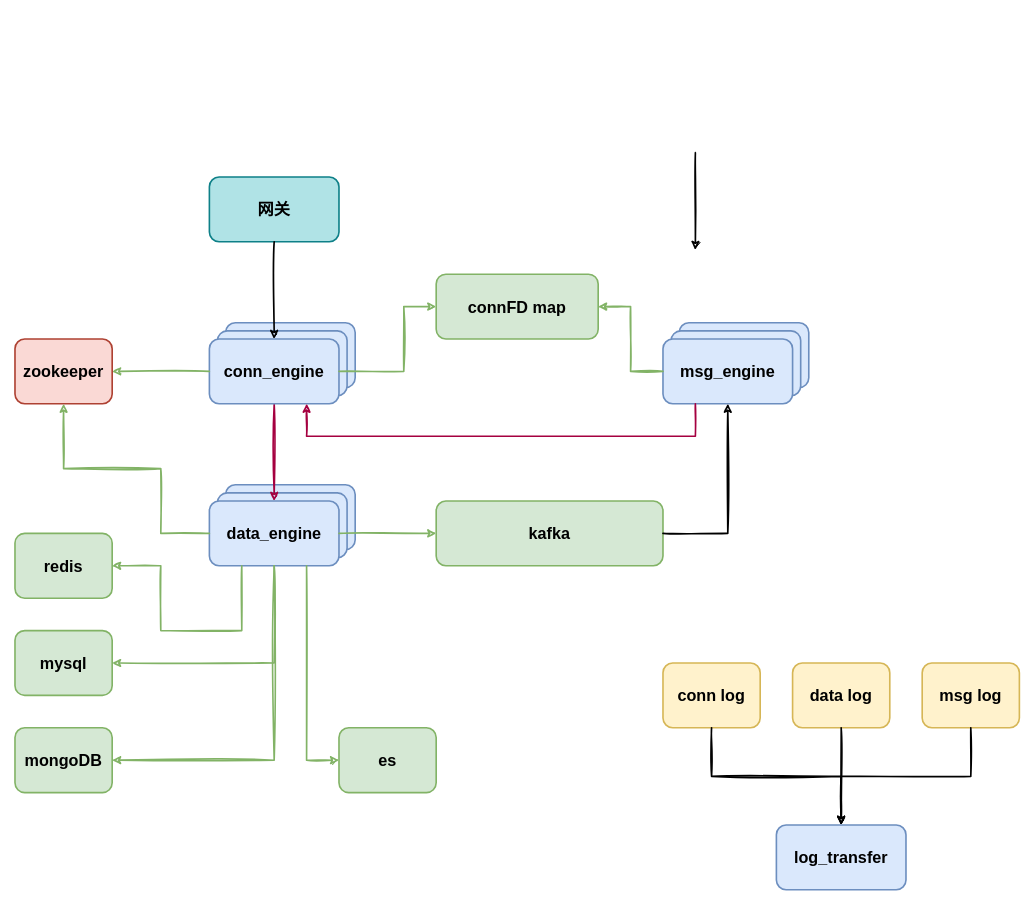
The draw.io diagram project/gochat.drawio in donscoco/diagrams, before the edit. Source tidied: cells renumbered, new cells numbered last; positions are measured from the earlier drawing's top-left corner, leaving out a move shared by most shapes. Both pictures are drawn from the tidied source at 81%, with x=0, y=0 at pixel (15, 152).
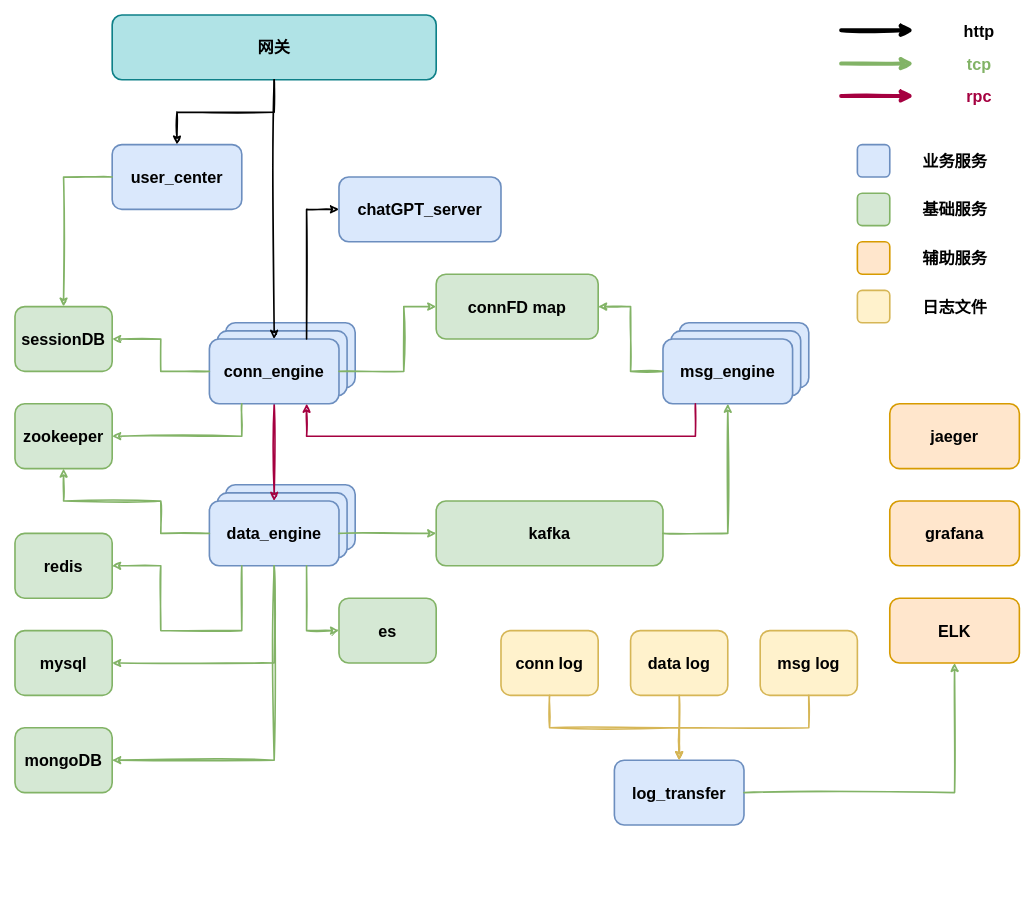
The same page after the edit.

Unchanged cells that the change refers to:
```xml
<mxCell id="4" value="data_engine" style="rounded=1;whiteSpace=wrap;html=1;strokeWidth=2;fillWeight=4;hachureGap=8;hachureAngle=45;fillColor=#dae8fc;strokeColor=#6c8ebf;fontStyle=1;fontSize=20;" parent="1" vertex="1">
  <mxGeometry x="240" y="430" width="160" height="80" as="geometry" />
</mxCell>
<mxCell id="7" value="msg_engine" style="rounded=1;whiteSpace=wrap;html=1;strokeWidth=2;fillWeight=4;hachureGap=8;hachureAngle=45;fillColor=#dae8fc;strokeColor=#6c8ebf;fontStyle=1;fontSize=20;" parent="1" vertex="1">
  <mxGeometry x="800" y="230" width="160" height="80" as="geometry" />
</mxCell>
<mxCell id="11" value="kafka" style="rounded=1;whiteSpace=wrap;html=1;strokeWidth=2;fillWeight=4;hachureGap=8;hachureAngle=45;fillColor=#d5e8d4;strokeColor=#82b366;fontStyle=1;fontSize=20;" parent="1" vertex="1">
  <mxGeometry x="520" y="430" width="280" height="80" as="geometry" />
</mxCell>
<mxCell id="18" value="conn_engine" style="rounded=1;whiteSpace=wrap;html=1;strokeWidth=2;fillWeight=4;hachureGap=8;hachureAngle=45;fillColor=#dae8fc;strokeColor=#6c8ebf;fontStyle=1;fontSize=20;" parent="1" vertex="1">
  <mxGeometry x="240" y="230" width="160" height="80" as="geometry" />
</mxCell>
```

The edit, as a diff of the source:
```diff
@@
-    <mxCell id="12" value="zookeeper" style="rounded=1;whiteSpace=wrap;html=1;strokeWidth=2;fillWeight=4;hachureGap=8;hachureAngle=45;fillColor=#fad9d5;strokeColor=#ae4132;fontStyle=1;fontSize=20;" parent="1" vertex="1">
-      <mxGeometry y="230" width="120" height="80" as="geometry" />
+    <mxCell id="12" value="zookeeper" style="rounded=1;whiteSpace=wrap;html=1;strokeWidth=2;fillWeight=4;hachureGap=8;hachureAngle=45;fillColor=#d5e8d4;strokeColor=#82b366;fontStyle=1;fontSize=20;" parent="1" vertex="1">
+      <mxGeometry y="310" width="120" height="80" as="geometry" />
     </mxCell>
@@
     <mxCell id="14" value="网关" style="rounded=1;whiteSpace=wrap;html=1;strokeWidth=2;fillWeight=4;hachureGap=8;hachureAngle=45;fillColor=#b0e3e6;strokeColor=#0e8088;fontStyle=1;fontSize=20;" parent="1" vertex="1">
-      <mxGeometry x="240" y="30" width="160" height="80" as="geometry" />
+      <mxGeometry x="120" y="-170" width="400" height="80" as="geometry" />
     </mxCell>
@@
-    <mxCell id="19" style="edgeStyle=orthogonalEdgeStyle;rounded=0;sketch=1;orthogonalLoop=1;jettySize=auto;html=1;exitX=0.5;exitY=1;exitDx=0;exitDy=0;entryX=0.5;entryY=0;entryDx=0;entryDy=0;strokeWidth=2;fontSize=20;" parent="1" edge="1">
-      <mxGeometry relative="1" as="geometry">
-        <mxPoint x="840" as="sourcePoint" />
-        <mxPoint x="840" y="120" as="targetPoint" />
-      </mxGeometry>
-    </mxCell>
@@
-    <mxCell id="21" style="edgeStyle=orthogonalEdgeStyle;rounded=0;sketch=1;jettySize=auto;html=1;exitX=1;exitY=0.5;exitDx=0;exitDy=0;entryX=0.5;entryY=1;entryDx=0;entryDy=0;strokeWidth=2;fontSize=20;" parent="1" edge="1" source="11" target="7">
+    <mxCell id="21" style="edgeStyle=orthogonalEdgeStyle;rounded=0;sketch=1;jettySize=auto;html=1;exitX=1;exitY=0.5;exitDx=0;exitDy=0;entryX=0.5;entryY=1;entryDx=0;entryDy=0;strokeWidth=2;fontSize=20;fillColor=#d5e8d4;strokeColor=#82b366;" parent="1" edge="1" source="11" target="7">
       <mxGeometry relative="1" as="geometry" />
     </mxCell>
     <mxCell id="22" style="edgeStyle=orthogonalEdgeStyle;rounded=0;sketch=1;jettySize=auto;html=1;exitX=0;exitY=0.5;exitDx=0;exitDy=0;entryX=0.5;entryY=1;entryDx=0;entryDy=0;strokeWidth=2;fontSize=20;fillColor=#d5e8d4;strokeColor=#82b366;" parent="1" edge="1" source="4" target="12">
       <mxGeometry relative="1" as="geometry">
         <Array as="points">
           <mxPoint x="180" y="470" />
-          <mxPoint x="180" y="390" />
-          <mxPoint x="60" y="390" />
+          <mxPoint x="180" y="430" />
+          <mxPoint x="60" y="430" />
         </Array>
       </mxGeometry>
     </mxCell>
@@
-    <mxCell id="30" style="edgeStyle=orthogonalEdgeStyle;rounded=0;sketch=1;jettySize=auto;html=1;exitX=0;exitY=0.5;exitDx=0;exitDy=0;entryX=1;entryY=0.5;entryDx=0;entryDy=0;strokeWidth=2;fontSize=20;fillColor=#d5e8d4;strokeColor=#82b366;" parent="1" edge="1" source="18" target="12">
-      <mxGeometry relative="1" as="geometry" />
+    <mxCell id="30" style="edgeStyle=orthogonalEdgeStyle;rounded=0;sketch=1;jettySize=auto;html=1;exitX=0.25;exitY=1;exitDx=0;exitDy=0;entryX=1;entryY=0.5;entryDx=0;entryDy=0;strokeWidth=2;fontSize=20;fillColor=#d5e8d4;strokeColor=#82b366;" parent="1" edge="1" source="18" target="12">
+      <mxGeometry relative="1" as="geometry">
+        <Array as="points">
+          <mxPoint x="280" y="350" />
+        </Array>
+      </mxGeometry>
     </mxCell>
     <mxCell id="31" value="es" style="rounded=1;whiteSpace=wrap;html=1;strokeWidth=2;fillWeight=4;hachureGap=8;hachureAngle=45;fillColor=#d5e8d4;strokeColor=#82b366;fontStyle=1;fontSize=20;" parent="1" vertex="1">
-      <mxGeometry x="400" y="710" width="120" height="80" as="geometry" />
+      <mxGeometry x="400" y="550" width="120" height="80" as="geometry" />
     </mxCell>
@@
     <mxCell id="33" value="conn log" style="rounded=1;whiteSpace=wrap;html=1;strokeWidth=2;fillWeight=4;hachureGap=8;hachureAngle=45;fillColor=#fff2cc;strokeColor=#d6b656;fontStyle=1;fontSize=20;" parent="1" vertex="1">
-      <mxGeometry x="800" y="630" width="120" height="80" as="geometry" />
+      <mxGeometry x="600" y="590" width="120" height="80" as="geometry" />
     </mxCell>
     <mxCell id="34" value="data log" style="rounded=1;whiteSpace=wrap;html=1;strokeWidth=2;fillWeight=4;hachureGap=8;hachureAngle=45;fillColor=#fff2cc;strokeColor=#d6b656;fontStyle=1;fontSize=20;" parent="1" vertex="1">
-      <mxGeometry x="960" y="630" width="120" height="80" as="geometry" />
+      <mxGeometry x="760" y="590" width="120" height="80" as="geometry" />
     </mxCell>
     <mxCell id="35" value="msg log" style="rounded=1;whiteSpace=wrap;html=1;strokeWidth=2;fillWeight=4;hachureGap=8;hachureAngle=45;fillColor=#fff2cc;strokeColor=#d6b656;fontStyle=1;fontSize=20;" parent="1" vertex="1">
-      <mxGeometry x="1120" y="630" width="120" height="80" as="geometry" />
+      <mxGeometry x="920" y="590" width="120" height="80" as="geometry" />
     </mxCell>
     <mxCell id="36" value="log_transfer" style="rounded=1;whiteSpace=wrap;html=1;strokeWidth=2;fillWeight=4;hachureGap=8;hachureAngle=45;fillColor=#dae8fc;strokeColor=#6c8ebf;fontStyle=1;fontSize=20;" parent="1" vertex="1">
-      <mxGeometry x="940" y="830" width="160" height="80" as="geometry" />
+      <mxGeometry x="740" y="750" width="160" height="80" as="geometry" />
     </mxCell>
-    <mxCell id="37" style="edgeStyle=orthogonalEdgeStyle;rounded=0;sketch=1;jettySize=auto;html=1;exitX=0.5;exitY=1;exitDx=0;exitDy=0;entryX=0.5;entryY=0;entryDx=0;entryDy=0;strokeWidth=2;fontSize=20;" parent="1" edge="1" source="33" target="36">
-      <mxGeometry relative="1" as="geometry" />
+    <mxCell id="37" style="edgeStyle=orthogonalEdgeStyle;rounded=0;sketch=1;jettySize=auto;html=1;exitX=0.5;exitY=1;exitDx=0;exitDy=0;entryX=0.5;entryY=0;entryDx=0;entryDy=0;strokeWidth=2;fontSize=20;fillColor=#fff2cc;strokeColor=#d6b656;" parent="1" edge="1" source="33" target="36">
+      <mxGeometry relative="1" as="geometry">
+        <Array as="points">
+          <mxPoint x="660" y="710" />
+          <mxPoint x="820" y="710" />
+        </Array>
+      </mxGeometry>
     </mxCell>
-    <mxCell id="38" style="edgeStyle=orthogonalEdgeStyle;rounded=0;sketch=1;jettySize=auto;html=1;exitX=0.5;exitY=1;exitDx=0;exitDy=0;entryX=0.5;entryY=0;entryDx=0;entryDy=0;strokeWidth=2;fontSize=20;" parent="1" edge="1" source="34" target="36">
+    <mxCell id="38" style="edgeStyle=orthogonalEdgeStyle;rounded=0;sketch=1;jettySize=auto;html=1;exitX=0.5;exitY=1;exitDx=0;exitDy=0;entryX=0.5;entryY=0;entryDx=0;entryDy=0;strokeWidth=2;fontSize=20;fillColor=#fff2cc;strokeColor=#d6b656;" parent="1" edge="1" source="34" target="36">
       <mxGeometry relative="1" as="geometry" />
     </mxCell>
-    <mxCell id="39" style="edgeStyle=orthogonalEdgeStyle;rounded=0;sketch=1;jettySize=auto;html=1;exitX=0.5;exitY=1;exitDx=0;exitDy=0;strokeWidth=2;fontSize=20;entryX=0.5;entryY=0;entryDx=0;entryDy=0;" parent="1" edge="1" source="35" target="36">
-      <mxGeometry relative="1" as="geometry" />
+    <mxCell id="39" style="edgeStyle=orthogonalEdgeStyle;rounded=0;sketch=1;jettySize=auto;html=1;exitX=0.5;exitY=1;exitDx=0;exitDy=0;strokeWidth=2;fontSize=20;entryX=0.5;entryY=0;entryDx=0;entryDy=0;fillColor=#fff2cc;strokeColor=#d6b656;" parent="1" edge="1" source="35" target="36">
+      <mxGeometry relative="1" as="geometry">
+        <Array as="points">
+          <mxPoint x="980" y="710" />
+          <mxPoint x="820" y="710" />
+        </Array>
+      </mxGeometry>
     </mxCell>
+    <mxCell id="40" value="chatGPT_server" style="rounded=1;whiteSpace=wrap;html=1;strokeWidth=2;fillWeight=4;hachureGap=8;hachureAngle=45;fillColor=#dae8fc;strokeColor=#6c8ebf;fontStyle=1;fontSize=20;" parent="1" vertex="1">
+      <mxGeometry x="400" y="30" width="200" height="80" as="geometry" />
+    </mxCell>
+    <mxCell id="41" value="user_center" style="rounded=1;whiteSpace=wrap;html=1;strokeWidth=2;fillWeight=4;hachureGap=8;hachureAngle=45;fillColor=#dae8fc;strokeColor=#6c8ebf;fontStyle=1;fontSize=20;" parent="1" vertex="1">
+      <mxGeometry x="120" y="-10" width="160" height="80" as="geometry" />
+    </mxCell>
+    <mxCell id="42" style="edgeStyle=orthogonalEdgeStyle;rounded=0;sketch=1;jettySize=auto;html=1;exitX=0.5;exitY=1;exitDx=0;exitDy=0;strokeWidth=2;fontSize=20;" parent="1" edge="1" source="14" target="41">
+      <mxGeometry relative="1" as="geometry" />
+    </mxCell>
+    <mxCell id="43" value="sessionDB" style="rounded=1;whiteSpace=wrap;html=1;strokeWidth=2;fillWeight=4;hachureGap=8;hachureAngle=45;fillColor=#d5e8d4;strokeColor=#82b366;fontStyle=1;fontSize=20;" parent="1" vertex="1">
+      <mxGeometry y="190" width="120" height="80" as="geometry" />
+    </mxCell>
+    <mxCell id="44" style="edgeStyle=orthogonalEdgeStyle;rounded=0;sketch=1;jettySize=auto;html=1;exitX=0;exitY=0.5;exitDx=0;exitDy=0;entryX=0.5;entryY=0;entryDx=0;entryDy=0;strokeWidth=2;fontSize=20;fillColor=#d5e8d4;strokeColor=#82b366;" parent="1" edge="1" source="41" target="43">
+      <mxGeometry relative="1" as="geometry">
+        <Array as="points">
+          <mxPoint x="60" y="30" />
+        </Array>
+      </mxGeometry>
+    </mxCell>
+    <mxCell id="45" style="edgeStyle=orthogonalEdgeStyle;rounded=0;sketch=1;jettySize=auto;html=1;exitX=0;exitY=0.5;exitDx=0;exitDy=0;entryX=1;entryY=0.5;entryDx=0;entryDy=0;strokeWidth=2;fontSize=20;fillColor=#d5e8d4;strokeColor=#82b366;" parent="1" edge="1" source="18" target="43">
+      <mxGeometry relative="1" as="geometry">
+        <Array as="points">
+          <mxPoint x="180" y="270" />
+          <mxPoint x="180" y="230" />
+        </Array>
+      </mxGeometry>
+    </mxCell>
+    <mxCell id="46" style="edgeStyle=orthogonalEdgeStyle;rounded=0;sketch=1;jettySize=auto;html=1;exitX=0.75;exitY=0;exitDx=0;exitDy=0;entryX=0;entryY=0.5;entryDx=0;entryDy=0;strokeWidth=2;fontSize=20;" parent="1" edge="1" source="18" target="40">
+      <mxGeometry relative="1" as="geometry" />
+    </mxCell>
+    <mxCell id="47" value="grafana" style="rounded=1;whiteSpace=wrap;html=1;strokeWidth=2;fillWeight=4;hachureGap=8;hachureAngle=45;fillColor=#ffe6cc;strokeColor=#d79b00;fontStyle=1;fontSize=20;" parent="1" vertex="1">
+      <mxGeometry x="1080" y="430" width="160" height="80" as="geometry" />
+    </mxCell>
+    <mxCell id="48" value="ELK" style="rounded=1;whiteSpace=wrap;html=1;strokeWidth=2;fillWeight=4;hachureGap=8;hachureAngle=45;fillColor=#ffe6cc;strokeColor=#d79b00;fontStyle=1;fontSize=20;" parent="1" vertex="1">
+      <mxGeometry x="1080" y="550" width="160" height="80" as="geometry" />
+    </mxCell>
+    <mxCell id="49" value="jaeger" style="rounded=1;whiteSpace=wrap;html=1;strokeWidth=2;fillWeight=4;hachureGap=8;hachureAngle=45;fillColor=#ffe6cc;strokeColor=#d79b00;fontStyle=1;fontSize=20;" parent="1" vertex="1">
+      <mxGeometry x="1080" y="310" width="160" height="80" as="geometry" />
+    </mxCell>
+    <mxCell id="50" style="endArrow=classic;html=1;rounded=0;sketch=1;strokeWidth=2;fontSize=20;exitX=1;exitY=0.5;exitDx=0;exitDy=0;entryX=0.5;entryY=1;entryDx=0;entryDy=0;fillColor=#d5e8d4;strokeColor=#82b366;" parent="1" edge="1" source="36" target="48">
+      <mxGeometry relative="1" as="geometry">
+        <Array as="points">
+          <mxPoint x="1160" y="790" />
+        </Array>
+      </mxGeometry>
+    </mxCell>
+    <mxCell id="51" style="edgeStyle=orthogonalEdgeStyle;rounded=0;sketch=1;orthogonalLoop=1;jettySize=auto;html=1;exitX=1;exitY=0.5;exitDx=0;exitDy=0;strokeWidth=5;fontSize=20;fillColor=#d5e8d4;strokeColor=#000000;" parent="1" edge="1">
+      <mxGeometry relative="1" as="geometry">
+        <mxPoint x="1020" y="-151.1" as="sourcePoint" />
+        <mxPoint x="1110" y="-151.1" as="targetPoint" />
+      </mxGeometry>
+    </mxCell>
+    <mxCell id="52" style="edgeStyle=orthogonalEdgeStyle;rounded=0;sketch=1;orthogonalLoop=1;jettySize=auto;html=1;exitX=1;exitY=0.5;exitDx=0;exitDy=0;strokeWidth=5;fontSize=20;fillColor=#d5e8d4;strokeColor=#82b366;" parent="1" edge="1">
+      <mxGeometry relative="1" as="geometry">
+        <mxPoint x="1020" y="-110" as="sourcePoint" />
+        <mxPoint x="1110" y="-110" as="targetPoint" />
+      </mxGeometry>
+    </mxCell>
+    <mxCell id="53" style="edgeStyle=orthogonalEdgeStyle;rounded=0;sketch=1;orthogonalLoop=1;jettySize=auto;html=1;exitX=1;exitY=0.5;exitDx=0;exitDy=0;strokeWidth=5;fontSize=20;fillColor=#d80073;strokeColor=#A50040;" parent="1" edge="1">
+      <mxGeometry relative="1" as="geometry">
+        <mxPoint x="1020" y="-70" as="sourcePoint" />
+        <mxPoint x="1110" y="-70" as="targetPoint" />
+      </mxGeometry>
+    </mxCell>
+    <mxCell id="54" value="http" style="text;strokeColor=none;fillColor=none;html=1;fontSize=20;fontStyle=1;verticalAlign=middle;align=center;" parent="1" vertex="1">
+      <mxGeometry x="1140" y="-170" width="100" height="40" as="geometry" />
+    </mxCell>
+    <mxCell id="55" value="tcp" style="text;strokeColor=none;fillColor=none;html=1;fontSize=20;fontStyle=1;verticalAlign=middle;align=center;fontColor=#82B366;" parent="1" vertex="1">
+      <mxGeometry x="1140" y="-130" width="100" height="40" as="geometry" />
+    </mxCell>
+    <mxCell id="56" value="rpc" style="text;strokeColor=none;fillColor=none;html=1;fontSize=20;fontStyle=1;verticalAlign=middle;align=center;fontColor=#A50040;" parent="1" vertex="1">
+      <mxGeometry x="1140" y="-90" width="100" height="40" as="geometry" />
+    </mxCell>
+    <mxCell id="57" style="rounded=1;whiteSpace=wrap;html=1;strokeWidth=2;fillWeight=4;hachureGap=8;hachureAngle=45;fillColor=#ffe6cc;strokeColor=#d79b00;fontStyle=1;fontSize=20;" parent="1" vertex="1">
+      <mxGeometry x="1040" y="110" width="40" height="40" as="geometry" />
+    </mxCell>
+    <mxCell id="58" style="rounded=1;whiteSpace=wrap;html=1;strokeWidth=2;fillWeight=4;hachureGap=8;hachureAngle=45;fillColor=#dae8fc;strokeColor=#6c8ebf;fontStyle=1;fontSize=20;" parent="1" vertex="1">
+      <mxGeometry x="1040" y="-10" width="40" height="40" as="geometry" />
+    </mxCell>
+    <mxCell id="59" style="rounded=1;whiteSpace=wrap;html=1;strokeWidth=2;fillWeight=4;hachureGap=8;hachureAngle=45;fillColor=#d5e8d4;strokeColor=#82b366;fontStyle=1;fontSize=20;" parent="1" vertex="1">
+      <mxGeometry x="1040" y="50" width="40" height="40" as="geometry" />
+    </mxCell>
+    <mxCell id="60" value="业务服务" style="text;strokeColor=none;fillColor=none;html=1;fontSize=20;fontStyle=1;verticalAlign=middle;align=center;" parent="1" vertex="1">
+      <mxGeometry x="1080" y="-10" width="160" height="40" as="geometry" />
+    </mxCell>
+    <mxCell id="61" value="基础服务" style="text;strokeColor=none;fillColor=none;html=1;fontSize=20;fontStyle=1;verticalAlign=middle;align=center;" parent="1" vertex="1">
+      <mxGeometry x="1080" y="50" width="160" height="40" as="geometry" />
+    </mxCell>
+    <mxCell id="62" style="rounded=1;whiteSpace=wrap;html=1;strokeWidth=2;fillWeight=4;hachureGap=8;hachureAngle=45;fillColor=#fff2cc;strokeColor=#d6b656;fontStyle=1;fontSize=20;" parent="1" vertex="1">
+      <mxGeometry x="1040" y="170" width="40" height="40" as="geometry" />
+    </mxCell>
+    <mxCell id="63" value="辅助服务" style="text;strokeColor=none;fillColor=none;html=1;fontSize=20;fontStyle=1;verticalAlign=middle;align=center;" parent="1" vertex="1">
+      <mxGeometry x="1080" y="110" width="160" height="40" as="geometry" />
+    </mxCell>
+    <mxCell id="64" value="日志文件" style="text;strokeColor=none;fillColor=none;html=1;fontSize=20;fontStyle=1;verticalAlign=middle;align=center;" parent="1" vertex="1">
+      <mxGeometry x="1080" y="170" width="160" height="40" as="geometry" />
+    </mxCell>
```
